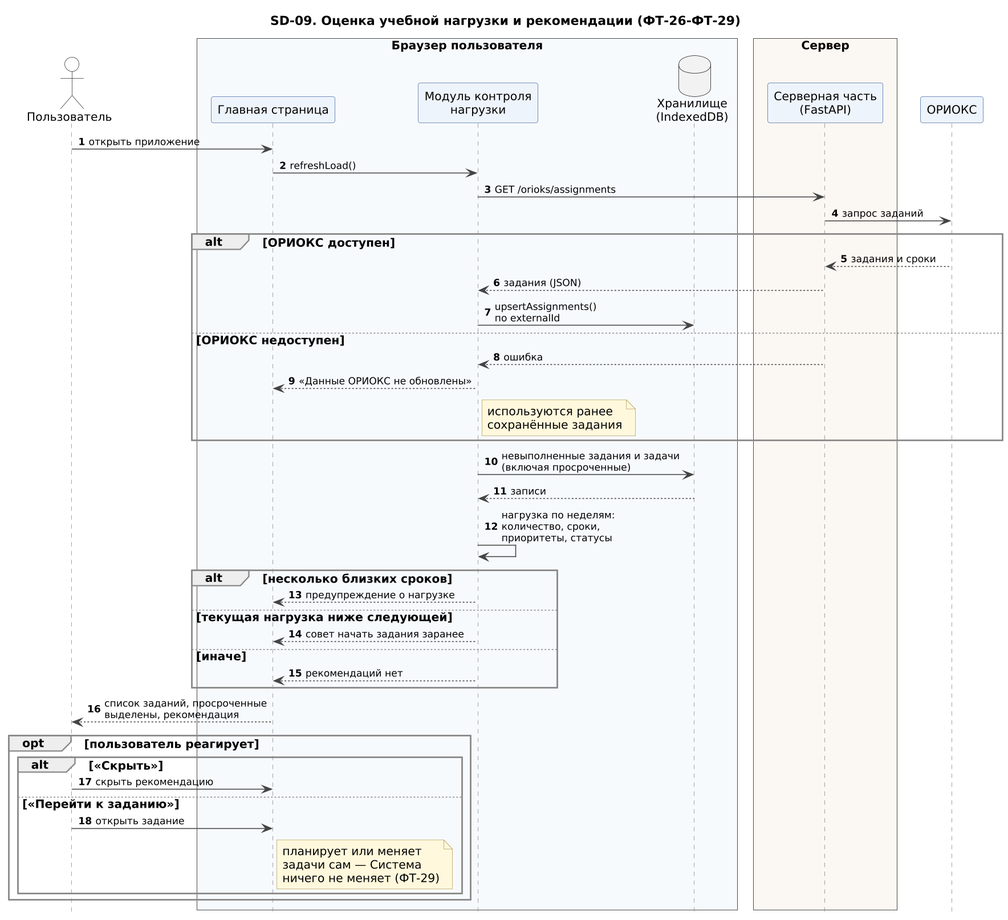
freez044/kpo_project keeps this PlantUML diagram as docs/uml/png/SD-09_nagruzka.png. Above is the earlier version. The source it was exported from:
```plantuml
@startuml SD-09_nagruzka
!include seqhead.iuml
title SD-09. Оценка учебной нагрузки и рекомендации (ФТ-26-ФТ-29)
actor "Пользователь" as U
box "Браузер пользователя" #F7FAFD
participant "Главная страница" as UI
participant "Модуль контроля\nнагрузки" as LM
database "Хранилище\n(IndexedDB)" as DB
end box
box "Сервер" #FBF7F2
participant "Серверная часть\n(FastAPI)" as SRV
end box
participant "ОРИОКС" as OR

U -> UI : открыть приложение
UI -> LM : refreshLoad()
LM -> SRV : GET /orioks/assignments
SRV -> OR : запрос заданий
alt ОРИОКС доступен
  OR --> SRV : задания и сроки
  SRV --> LM : задания (JSON)
  LM -> DB : upsertAssignments()\nпо externalId
else ОРИОКС недоступен
  SRV --> LM : ошибка
  LM --> UI : «Данные ОРИОКС не обновлены»
  note right of LM : используются ранее\nсохранённые задания
end
LM -> DB : невыполненные задания и задачи\n(включая просроченные)
DB --> LM : записи
LM -> LM : нагрузка по неделям:\nколичество, сроки,\nприоритеты, статусы
alt несколько близких сроков
  LM --> UI : предупреждение о нагрузке
else текущая нагрузка ниже следующей
  LM --> UI : совет начать задания заранее
else иначе
  LM --> UI : рекомендаций нет
end
UI --> U : список заданий, просроченные\nвыделены, рекомендация
opt пользователь реагирует
  alt «Скрыть»
    U -> UI : скрыть рекомендацию
  else «Перейти к заданию»
    U -> UI : открыть задание
    note right of UI : планирует или меняет\nзадачи сам — Система\nничего не меняет (ФТ-29)
  end
end
@enduml
```
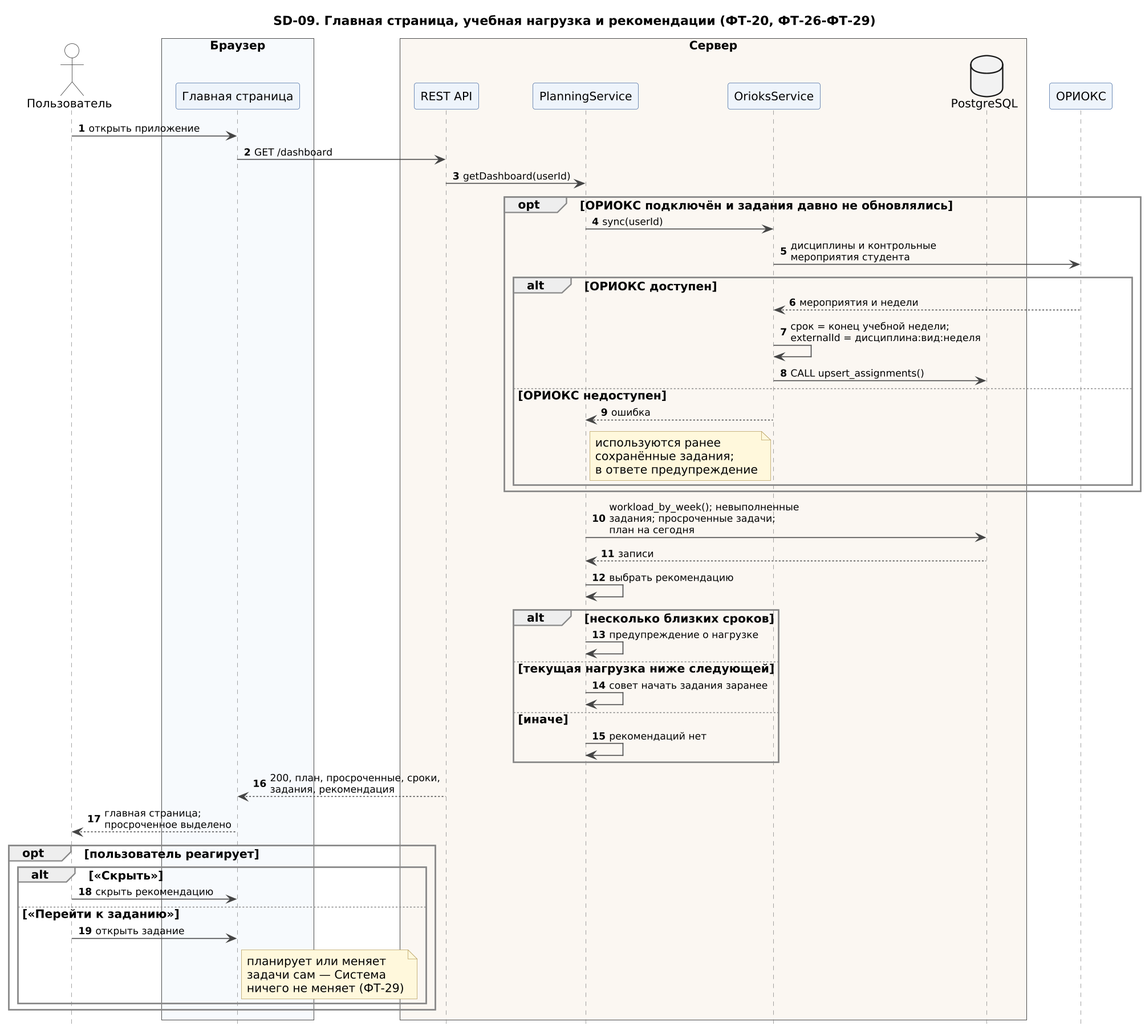
The same file after the commit.

What changed in the source:
```diff
@@ -1,41 +1,45 @@
 @startuml SD-09_nagruzka
 !include seqhead.iuml
-title SD-09. Оценка учебной нагрузки и рекомендации (ФТ-26-ФТ-29)
+title SD-09. Главная страница, учебная нагрузка и рекомендации (ФТ-20, ФТ-26-ФТ-29)
 actor "Пользователь" as U
-box "Браузер пользователя" #F7FAFD
+box "Браузер" #F7FAFD
 participant "Главная страница" as UI
-participant "Модуль контроля\nнагрузки" as LM
-database "Хранилище\n(IndexedDB)" as DB
 end box
 box "Сервер" #FBF7F2
-participant "Серверная часть\n(FastAPI)" as SRV
+participant "REST API" as API
+participant "PlanningService" as PS
+participant "OrioksService" as OS
+database "PostgreSQL" as DB
 end box
 participant "ОРИОКС" as OR
 
 U -> UI : открыть приложение
-UI -> LM : refreshLoad()
-LM -> SRV : GET /orioks/assignments
-SRV -> OR : запрос заданий
-alt ОРИОКС доступен
-  OR --> SRV : задания и сроки
-  SRV --> LM : задания (JSON)
-  LM -> DB : upsertAssignments()\nпо externalId
-else ОРИОКС недоступен
-  SRV --> LM : ошибка
-  LM --> UI : «Данные ОРИОКС не обновлены»
-  note right of LM : используются ранее\nсохранённые задания
+UI -> API : GET /dashboard
+API -> PS : getDashboard(userId)
+opt ОРИОКС подключён и задания давно не обновлялись
+  PS -> OS : sync(userId)
+  OS -> OR : дисциплины и контрольные\nмероприятия студента
+  alt ОРИОКС доступен
+    OR --> OS : мероприятия и недели
+    OS -> OS : срок = конец учебной недели;\nexternalId = дисциплина:вид:неделя
+    OS -> DB : CALL upsert_assignments()
+  else ОРИОКС недоступен
+    OS --> PS : ошибка
+    note right of PS : используются ранее\nсохранённые задания;\nв ответе предупреждение
+  end
 end
-LM -> DB : невыполненные задания и задачи\n(включая просроченные)
-DB --> LM : записи
-LM -> LM : нагрузка по неделям:\nколичество, сроки,\nприоритеты, статусы
+PS -> DB : workload_by_week(); невыполненные\nзадания; просроченные задачи;\nплан на сегодня
+DB --> PS : записи
+PS -> PS : выбрать рекомендацию
 alt несколько близких сроков
-  LM --> UI : предупреждение о нагрузке
+  PS -> PS : предупреждение о нагрузке
 else текущая нагрузка ниже следующей
-  LM --> UI : совет начать задания заранее
+  PS -> PS : совет начать задания заранее
 else иначе
-  LM --> UI : рекомендаций нет
+  PS -> PS : рекомендаций нет
 end
-UI --> U : список заданий, просроченные\nвыделены, рекомендация
+API --> UI : 200, план, просроченные, сроки,\nзадания, рекомендация
+UI --> U : главная страница;\nпросроченное выделено
 opt пользователь реагирует
   alt «Скрыть»
     U -> UI : скрыть рекомендацию
```
